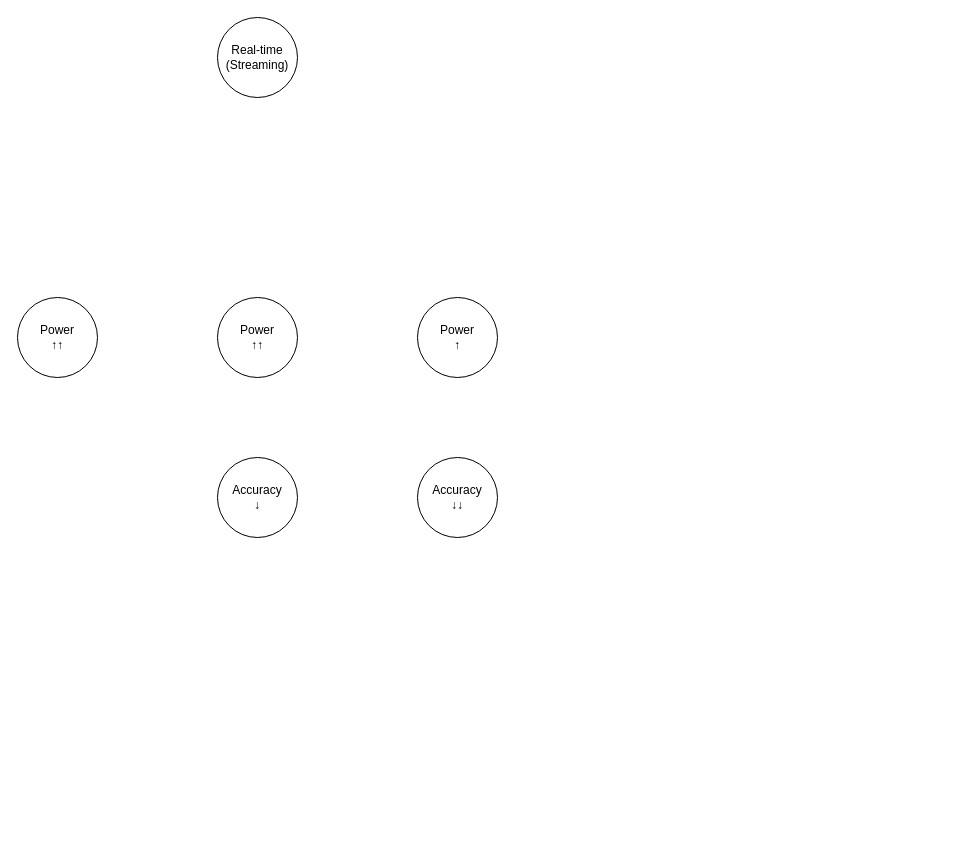
Earlier version of the draw.io diagram 未命名绘图.drawio (OYungShen/Drawio). Source tidied: cells renumbered, new cells numbered last; positions are measured from the earlier drawing's top-left corner, leaving out a move shared by most shapes. Both pictures are drawn from the tidied source at 100%, with x=0, y=0 at pixel (17, 17).
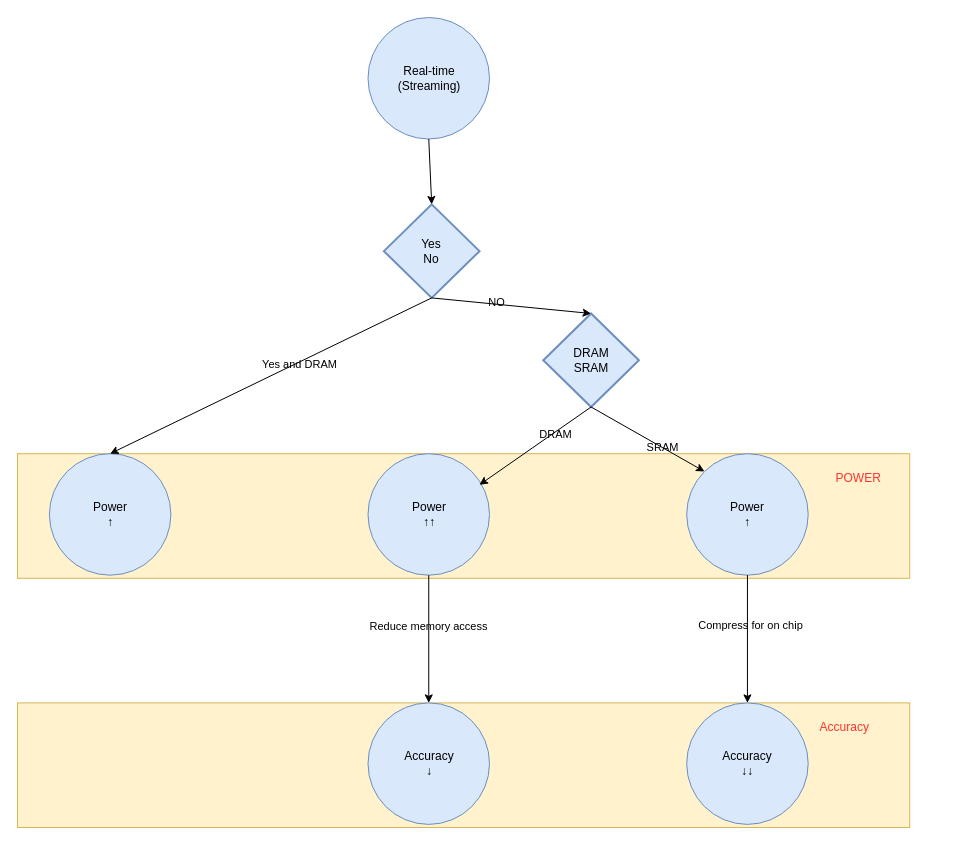
The same page after the edit.

Commit message:
更新未命名绘图.drawio

Diff of the diagram source:
```diff
@@
+    <mxCell id="8" style="group;" parent="1" vertex="1">
+      <mxGeometry width="940" height="810" as="geometry" />
+    </mxCell>
+    <mxCell id="9" style="rounded=0;whiteSpace=wrap;html=1;labelBackgroundColor=none;fillColor=#fff2cc;strokeColor=#d6b656;" parent="8" vertex="1">
+      <mxGeometry y="685.4" width="892.2" height="124.6" as="geometry" />
+    </mxCell>
+    <mxCell id="10" value="Accuracy" style="text;strokeColor=none;fillColor=none;align=left;verticalAlign=middle;spacingLeft=4;spacingRight=4;overflow=hidden;labelBackgroundColor=none;fontColor=#FF3333;" parent="8" vertex="1">
+      <mxGeometry x="796.6" y="685.4" width="127.5" height="46.7" as="geometry" />
+    </mxCell>
+    <mxCell id="11" style="rounded=0;whiteSpace=wrap;html=1;labelBackgroundColor=none;fillColor=#fff2cc;strokeColor=#d6b656;" parent="8" vertex="1">
+      <mxGeometry y="436.2" width="892.2" height="124.6" as="geometry" />
+    </mxCell>
-    <mxCell id="2" value="Real-time&lt;br&gt;(Streaming)" style="ellipse;whiteSpace=wrap;html=1;" parent="1" vertex="1">
-      <mxGeometry x="200" width="80" height="80" as="geometry" />
+    <mxCell id="2" value="Real-time&lt;br&gt;(Streaming)" style="ellipse;whiteSpace=wrap;html=1;labelBackgroundColor=none;fillColor=#dae8fc;strokeColor=#6c8ebf;" parent="8" vertex="1">
+      <mxGeometry x="350.5" width="121.5" height="121.5" as="geometry" />
     </mxCell>
-    <mxCell id="3" value="Power &lt;br&gt;↑↑" style="ellipse;whiteSpace=wrap;html=1;" parent="1" vertex="1">
-      <mxGeometry x="200" y="280" width="80" height="80" as="geometry" />
+    <mxCell id="3" value="Power &lt;br&gt;↑↑" style="ellipse;whiteSpace=wrap;html=1;labelBackgroundColor=none;fillColor=#dae8fc;strokeColor=#6c8ebf;" parent="8" vertex="1">
+      <mxGeometry x="350.5" y="436.2" width="121.5" height="121.5" as="geometry" />
     </mxCell>
-    <mxCell id="4" value="Accuracy &lt;br&gt;↓↓" style="ellipse;whiteSpace=wrap;html=1;" parent="1" vertex="1">
-      <mxGeometry x="400" y="440" width="80" height="80" as="geometry" />
+    <mxCell id="4" value="Accuracy &lt;br&gt;↓↓" style="ellipse;whiteSpace=wrap;html=1;labelBackgroundColor=none;fillColor=#dae8fc;strokeColor=#6c8ebf;" parent="8" vertex="1">
+      <mxGeometry x="669.2" y="685.4" width="121.5" height="121.5" as="geometry" />
     </mxCell>
-    <mxCell id="5" value="Power &lt;br&gt;↑" style="ellipse;whiteSpace=wrap;html=1;" parent="1" vertex="1">
-      <mxGeometry x="400" y="280" width="80" height="80" as="geometry" />
+    <mxCell id="5" value="Power &lt;br&gt;↑" style="ellipse;whiteSpace=wrap;html=1;labelBackgroundColor=none;fillColor=#dae8fc;strokeColor=#6c8ebf;" parent="8" vertex="1">
+      <mxGeometry x="669.2" y="436.2" width="121.5" height="121.5" as="geometry" />
     </mxCell>
-    <mxCell id="6" value="Power &lt;br&gt;↑↑" style="ellipse;whiteSpace=wrap;html=1;" parent="1" vertex="1">
-      <mxGeometry y="280" width="80" height="80" as="geometry" />
+    <mxCell id="6" value="Power &lt;br&gt;↑" style="ellipse;whiteSpace=wrap;html=1;labelBackgroundColor=none;fillColor=#dae8fc;strokeColor=#6c8ebf;" parent="8" vertex="1">
+      <mxGeometry x="31.9" y="436.2" width="121.5" height="121.5" as="geometry" />
     </mxCell>
-    <mxCell id="7" value="Accuracy &lt;br&gt;↓" style="ellipse;whiteSpace=wrap;html=1;" parent="1" vertex="1">
-      <mxGeometry x="200" y="440" width="80" height="80" as="geometry" />
+    <mxCell id="7" value="Accuracy &lt;br&gt;↓" style="ellipse;whiteSpace=wrap;html=1;labelBackgroundColor=none;fillColor=#dae8fc;strokeColor=#6c8ebf;" parent="8" vertex="1">
+      <mxGeometry x="350.5" y="685.4" width="121.5" height="121.5" as="geometry" />
     </mxCell>
+    <mxCell id="12" value="Yes&lt;br&gt;No" style="strokeWidth=2;html=1;shape=mxgraph.flowchart.decision;whiteSpace=wrap;labelBackgroundColor=none;fillColor=#dae8fc;strokeColor=#6c8ebf;" parent="8" vertex="1">
+      <mxGeometry x="366.4" y="186.9" width="95.6" height="93.5" as="geometry" />
+    </mxCell>
+    <mxCell id="13" value="DRAM&lt;br&gt;SRAM" style="strokeWidth=2;html=1;shape=mxgraph.flowchart.decision;whiteSpace=wrap;labelBackgroundColor=none;fillColor=#dae8fc;strokeColor=#6c8ebf;" parent="8" vertex="1">
+      <mxGeometry x="525.8" y="296" width="95.6" height="93.5" as="geometry" />
+    </mxCell>
+    <mxCell id="14" style="endArrow=classic;html=1;rounded=0;entryX=0.5;entryY=0;entryDx=0;entryDy=0;exitX=0.5;exitY=1;exitDx=0;exitDy=0;exitPerimeter=0;labelBackgroundColor=none;" parent="8" edge="1" source="12" target="6">
+      <mxGeometry relative="1" as="geometry" />
+    </mxCell>
+    <mxCell id="15" value="Yes and DRAM" style="edgeLabel;html=1;align=center;verticalAlign=middle;labelBackgroundColor=none;" parent="14" vertex="1">
+      <mxGeometry x="-0.17" y="2" relative="1" as="geometry" />
+    </mxCell>
+    <mxCell id="16" style="endArrow=classic;html=1;rounded=0;exitX=0.5;exitY=1;exitDx=0;exitDy=0;exitPerimeter=0;entryX=0.5;entryY=0;entryDx=0;entryDy=0;entryPerimeter=0;labelBackgroundColor=none;" parent="8" edge="1" source="12" target="13">
+      <mxGeometry relative="1" as="geometry" />
+    </mxCell>
+    <mxCell id="17" value="NO" style="edgeLabel;html=1;align=center;verticalAlign=middle;labelBackgroundColor=none;" parent="16" vertex="1">
+      <mxGeometry x="-0.2" y="2" relative="1" as="geometry" />
+    </mxCell>
+    <mxCell id="18" style="endArrow=classic;html=1;rounded=0;exitX=0.5;exitY=1;exitDx=0;exitDy=0;exitPerimeter=0;labelBackgroundColor=none;" parent="8" edge="1" source="13">
+      <mxGeometry relative="1" as="geometry">
+        <mxPoint x="462" y="467.3" as="targetPoint" />
+      </mxGeometry>
+    </mxCell>
+    <mxCell id="19" value="DRAM" style="edgeLabel;html=1;align=center;verticalAlign=middle;labelBackgroundColor=none;" parent="18" vertex="1">
+      <mxGeometry x="-0.34" y="1" relative="1" as="geometry" />
+    </mxCell>
+    <mxCell id="20" style="endArrow=classic;html=1;rounded=0;exitX=0.5;exitY=1;exitDx=0;exitDy=0;exitPerimeter=0;entryX=0;entryY=0;entryDx=0;entryDy=0;labelBackgroundColor=none;" parent="8" edge="1" source="13" target="5">
+      <mxGeometry relative="1" as="geometry" />
+    </mxCell>
+    <mxCell id="21" value="SRAM" style="edgeLabel;html=1;align=center;verticalAlign=middle;labelBackgroundColor=none;" parent="20" vertex="1">
+      <mxGeometry x="0.24" relative="1" as="geometry" />
+    </mxCell>
+    <mxCell id="22" style="endArrow=classic;html=1;rounded=0;entryX=0.5;entryY=0;entryDx=0;entryDy=0;exitX=0.5;exitY=1;exitDx=0;exitDy=0;labelBackgroundColor=none;" parent="8" edge="1" source="3" target="7">
+      <mxGeometry relative="1" as="geometry" />
+    </mxCell>
+    <mxCell id="23" value="Reduce memory access" style="edgeLabel;html=1;align=center;verticalAlign=middle;labelBackgroundColor=none;" parent="22" vertex="1">
+      <mxGeometry x="-0.2" y="-1" relative="1" as="geometry" />
+    </mxCell>
+    <mxCell id="24" style="endArrow=classic;html=1;rounded=0;exitX=0.5;exitY=1;exitDx=0;exitDy=0;entryX=0.5;entryY=0;entryDx=0;entryDy=0;labelBackgroundColor=none;" parent="8" edge="1" source="5" target="4">
+      <mxGeometry relative="1" as="geometry" />
+    </mxCell>
+    <mxCell id="25" value="Compress for on chip" style="edgeLabel;html=1;align=center;verticalAlign=middle;labelBackgroundColor=none;" parent="24" vertex="1">
+      <mxGeometry x="-0.22" y="3" relative="1" as="geometry" />
+    </mxCell>
+    <mxCell id="26" style="endArrow=classic;html=1;rounded=0;exitX=0.5;exitY=1;exitDx=0;exitDy=0;entryX=0.5;entryY=0;entryDx=0;entryDy=0;entryPerimeter=0;labelBackgroundColor=none;" parent="8" edge="1" source="2" target="12">
+      <mxGeometry relative="1" as="geometry" />
+    </mxCell>
+    <mxCell id="27" value="POWER" style="text;strokeColor=none;fillColor=none;align=left;verticalAlign=middle;spacingLeft=4;spacingRight=4;overflow=hidden;labelBackgroundColor=none;fontColor=#FF3333;" parent="8" vertex="1">
+      <mxGeometry x="812.5" y="436.2" width="127.5" height="46.7" as="geometry" />
+    </mxCell>
```
